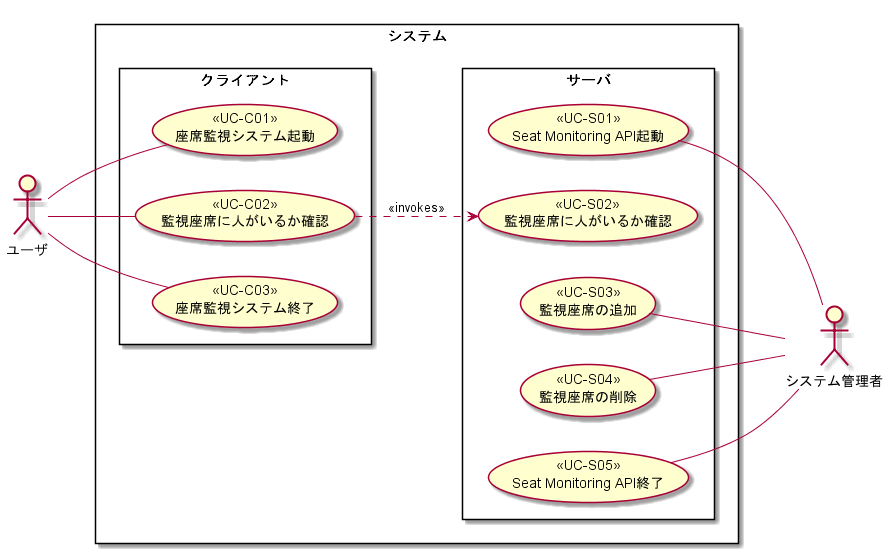
This is doc/基本設計/機能仕様書/構成図/ユースケース図.png from KeisukeSugita/Seat-monitoring-system, a PlantUML export, as it was before one commit.
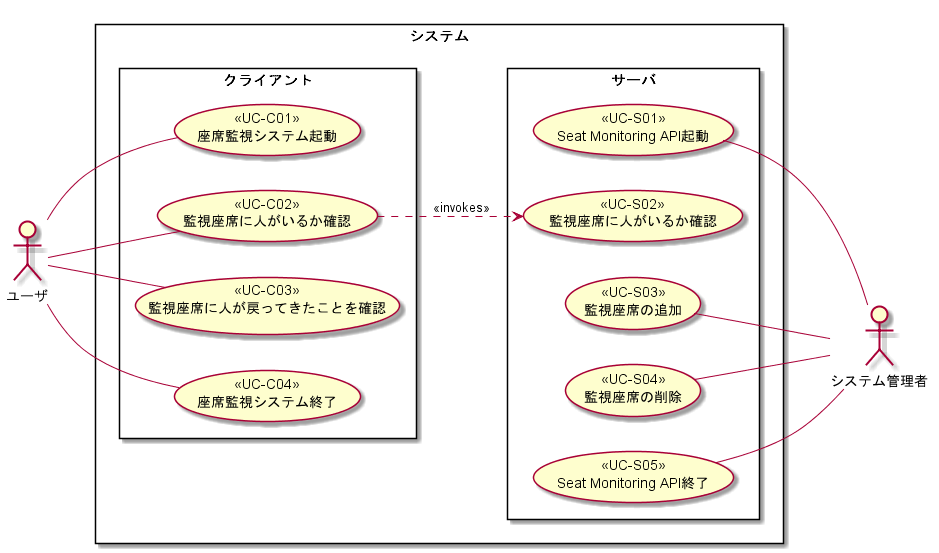
After the change.

Change to the diagram source:
```diff
@@ -7,7 +7,8 @@
 	rectangle クライアント {
 		ユーザ -- (<<UC-C01>> \n 座席監視システム起動)
 		ユーザ -- (<<UC-C02>> \n 監視座席に人がいるか確認)
-		ユーザ -- (<<UC-C03>> \n 座席監視システム終了)
+		ユーザ -- (<<UC-C03>> \n 監視座席に人が戻ってきたことを確認)
+		ユーザ -- (<<UC-C04>> \n 座席監視システム終了)
 	}
 
 	rectangle サーバ {
```
